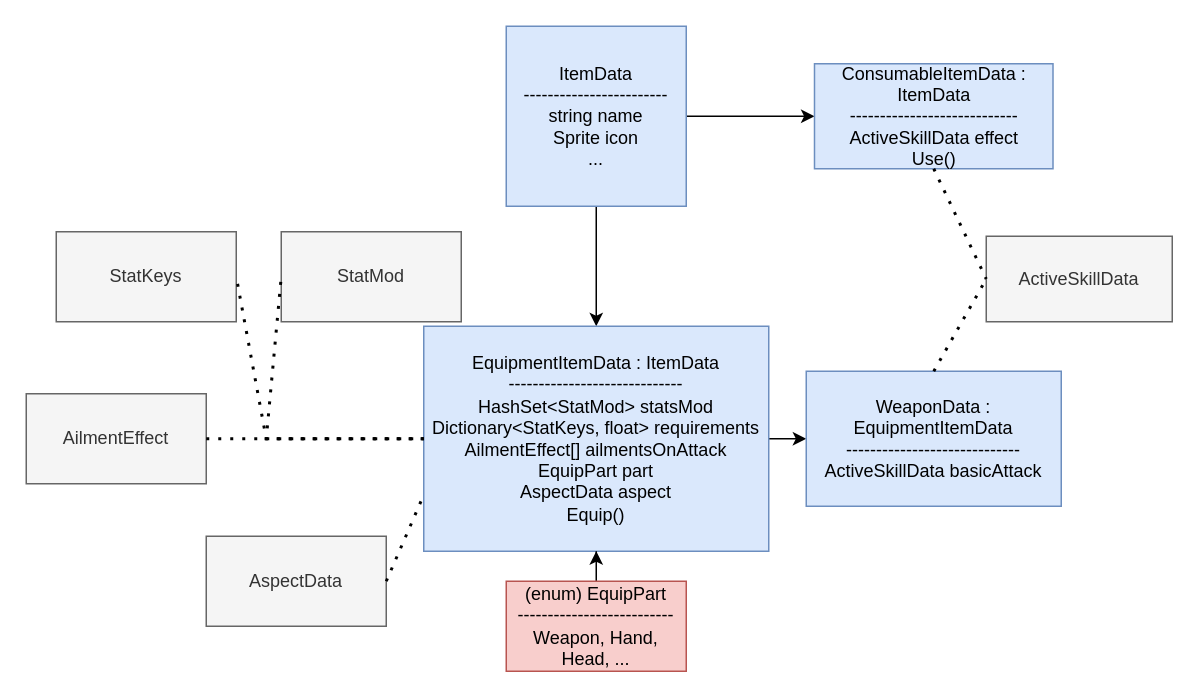
This is page "Inventory.Items" (1 of 8) of workflows/Inventory,Skills & Effects.drawio from moretech1402/Unity-Scripts, a draw.io file, before an edit. Source tidied: cells renumbered, new cells numbered last; positions are measured from the earlier drawing's top-left corner, leaving out a move shared by most shapes. Both pictures are drawn from the tidied source at 150%, with x=0, y=0 at pixel (26, 26).
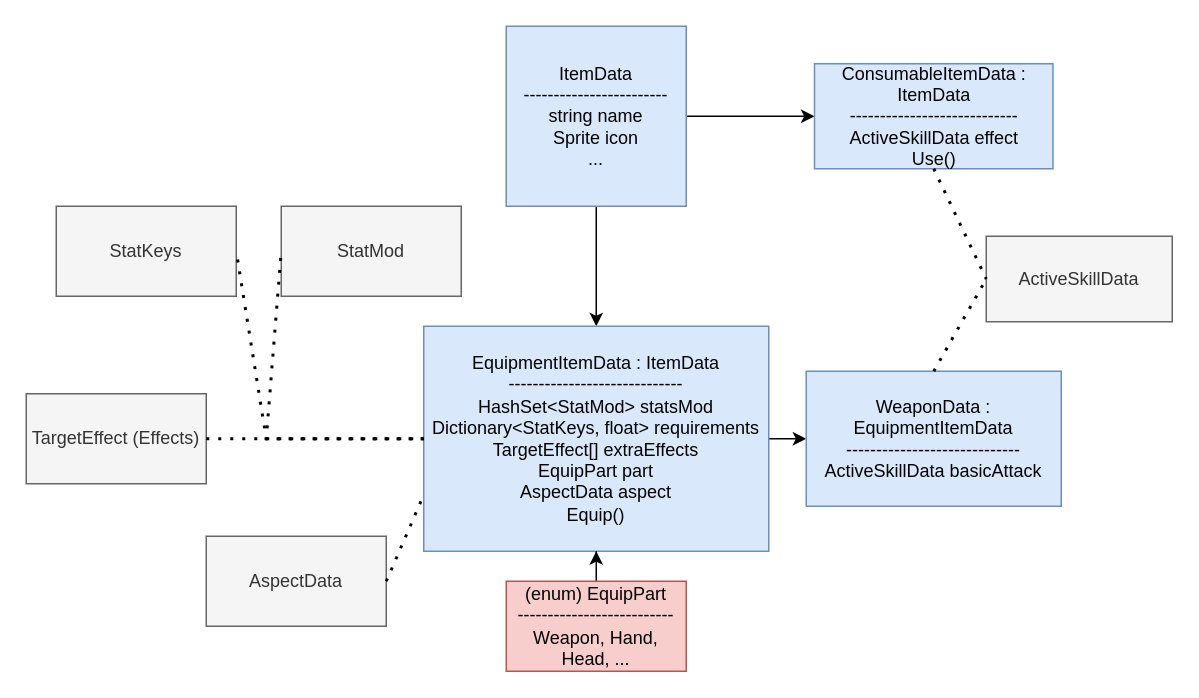
The same diagram, later.

Commit message (it also covers changes not shown here):
Update : Effects on Equipment (diagram)

Change to the diagram source:
```diff
@@
-    <mxCell id="8" value="EquipmentItemData : ItemData&lt;div&gt;-----------------------------&lt;/div&gt;&lt;div&gt;HashSet&amp;lt;StatMod&amp;gt; statsMod&lt;/div&gt;&lt;div&gt;Dictionary&amp;lt;StatKeys, float&amp;gt; requirements&lt;/div&gt;&lt;div&gt;AilmentEffect[] ailmentsOnAttack&lt;/div&gt;&lt;div&gt;EquipPart part&lt;/div&gt;&lt;div&gt;AspectData aspect&lt;/div&gt;&lt;div&gt;Equip()&lt;/div&gt;" style="rounded=0;whiteSpace=wrap;html=1;fillColor=#dae8fc;strokeColor=#6c8ebf;" parent="1" vertex="1">
+    <mxCell id="8" value="EquipmentItemData : ItemData&lt;div&gt;-----------------------------&lt;/div&gt;&lt;div&gt;HashSet&amp;lt;StatMod&amp;gt; statsMod&lt;/div&gt;&lt;div&gt;Dictionary&amp;lt;StatKeys, float&amp;gt; requirements&lt;/div&gt;&lt;div&gt;TargetEffect[] extraEffects&lt;/div&gt;&lt;div&gt;EquipPart part&lt;/div&gt;&lt;div&gt;AspectData aspect&lt;/div&gt;&lt;div&gt;Equip()&lt;/div&gt;" style="rounded=0;whiteSpace=wrap;html=1;fillColor=#dae8fc;strokeColor=#6c8ebf;" parent="1" vertex="1">
       <mxGeometry x="265" y="200" width="230" height="150" as="geometry" />
     </mxCell>
@@
     <mxCell id="14" value="StatMod" style="rounded=0;whiteSpace=wrap;html=1;fillColor=#f5f5f5;fontColor=#333333;strokeColor=#666666;" parent="1" vertex="1">
-      <mxGeometry x="170" y="137" width="120" height="60" as="geometry" />
+      <mxGeometry x="170" y="120" width="120" height="60" as="geometry" />
     </mxCell>
@@
     <mxCell id="17" value="StatKeys" style="rounded=0;whiteSpace=wrap;html=1;fillColor=#f5f5f5;fontColor=#333333;strokeColor=#666666;" parent="1" vertex="1">
-      <mxGeometry x="20" y="137" width="120" height="60" as="geometry" />
+      <mxGeometry x="20" y="120" width="120" height="60" as="geometry" />
     </mxCell>
@@
-    <mxCell id="20" value="AilmentEffect" style="rounded=0;whiteSpace=wrap;html=1;fillColor=#f5f5f5;fontColor=#333333;strokeColor=#666666;" parent="1" vertex="1">
+    <mxCell id="20" value="TargetEffect (Effects)" style="rounded=0;whiteSpace=wrap;html=1;fillColor=#f5f5f5;fontColor=#333333;strokeColor=#666666;" parent="1" vertex="1">
       <mxGeometry y="245" width="120" height="60" as="geometry" />
     </mxCell>
```
